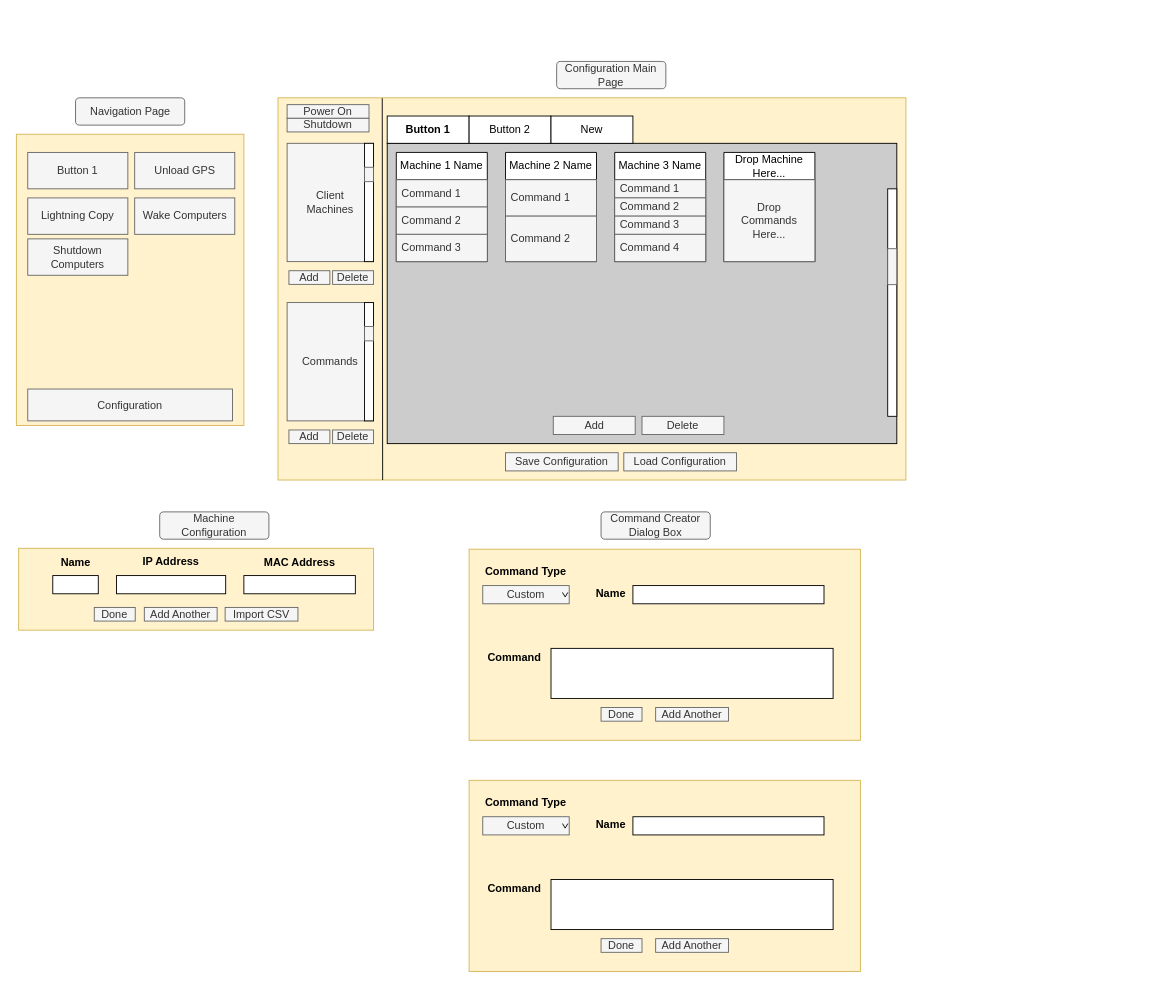
Before: page "Main" (1 of 3) of GUI_DesignMap.drawio in MansourMohamedAli/GPS_UserInterface, a draw.io diagram. Source tidied: cells renumbered, new cells numbered last; positions are measured from the earlier drawing's top-left corner, leaving out a move shared by most shapes. Both pictures are drawn from the tidied source at 91%, with x=0, y=0 at pixel (15, 61).
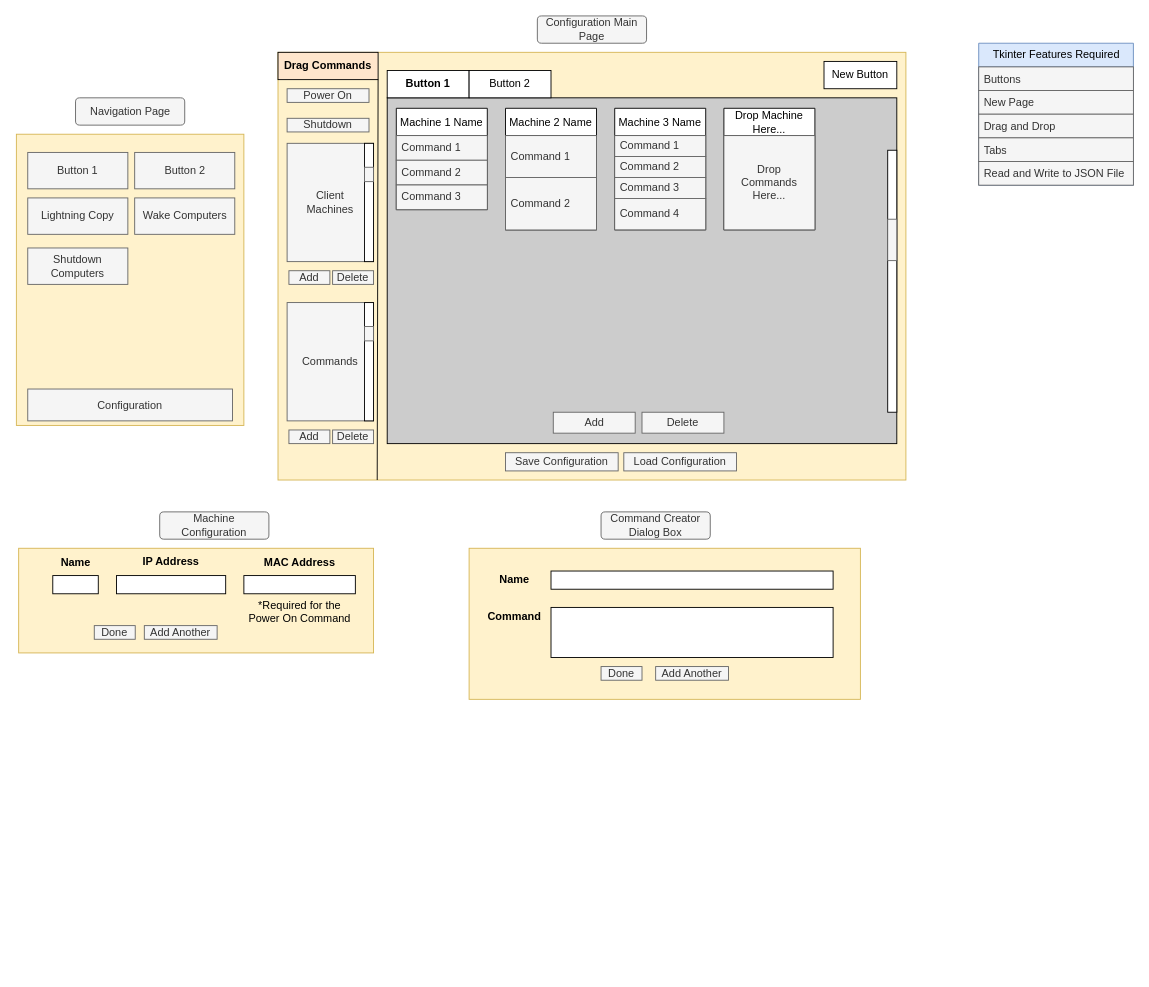
After the change.

Commit message:
Finished initial layout diagram of application.

The edit, as a diff of the source:
```diff
@@
     <mxCell id="2" style="rounded=0;whiteSpace=wrap;html=1;fillColor=#fff2cc;strokeColor=#d6b656;" parent="1" vertex="1">
-      <mxGeometry x="288" y="40" width="690" height="420" as="geometry" />
+      <mxGeometry x="288" y="-10" width="690" height="470" as="geometry" />
     </mxCell>
     <mxCell id="3" style="group;" parent="1" vertex="1">
-      <mxGeometry x="408" y="90" width="540" height="330" as="geometry" />
+      <mxGeometry x="408" y="40" width="540" height="380" as="geometry" />
     </mxCell>
     <mxCell id="4" style="rounded=0;whiteSpace=wrap;html=1;fillColor=#CCCCCC;" parent="3" vertex="1">
-      <mxGeometry width="560" height="330" as="geometry" />
+      <mxGeometry width="560" height="380" as="geometry" />
     </mxCell>
     <mxCell id="5" style="group;" parent="3" vertex="1">
-      <mxGeometry x="550" y="50" width="10" height="250" as="geometry" />
+      <mxGeometry x="550" y="57.6" width="10" height="287.9" as="geometry" />
     </mxCell>
     <mxCell id="6" style="rounded=0;whiteSpace=wrap;html=1;" parent="5" vertex="1">
-      <mxGeometry width="10" height="250" as="geometry" />
+      <mxGeometry width="10" height="287.9" as="geometry" />
     </mxCell>
     <mxCell id="7" style="rounded=0;whiteSpace=wrap;html=1;fillColor=#f5f5f5;fontColor=#333333;strokeColor=#666666;" parent="5" vertex="1">
-      <mxGeometry y="65.8" width="10" height="39.5" as="geometry" />
+      <mxGeometry y="75.8" width="10" height="45.5" as="geometry" />
     </mxCell>
     <mxCell id="8" value="Machine 2 Name" style="swimlane;fontStyle=0;horizontal=1;startSize=30;whiteSpace=wrap;html=1;" parent="3" vertex="1">
-      <mxGeometry x="130" y="10" width="100" height="120" as="geometry" />
+      <mxGeometry x="130" y="11.5" width="100" height="133.6" as="geometry" />
     </mxCell>
     <mxCell id="9" value="Command 1" style="text;strokeColor=#666666;fillColor=#f5f5f5;align=left;verticalAlign=middle;spacingLeft=4;spacingRight=4;overflow=hidden;whiteSpace=wrap;html=1;fontColor=#333333;" parent="8" vertex="1">
-      <mxGeometry y="30" width="100" height="40" as="geometry" />
+      <mxGeometry y="30" width="100" height="46.1" as="geometry" />
     </mxCell>
     <mxCell id="10" value="Command 2" style="text;strokeColor=#666666;fillColor=#f5f5f5;align=left;verticalAlign=middle;spacingLeft=4;spacingRight=4;overflow=hidden;whiteSpace=wrap;html=1;fontColor=#333333;" parent="8" vertex="1">
-      <mxGeometry y="70" width="100" height="50" as="geometry" />
+      <mxGeometry y="76.1" width="100" height="57.6" as="geometry" />
     </mxCell>
     <mxCell id="11" value="Machine 3 Name" style="swimlane;fontStyle=0;horizontal=1;startSize=30;whiteSpace=wrap;html=1;" parent="3" vertex="1">
-      <mxGeometry x="250" y="10" width="100" height="120" as="geometry" />
+      <mxGeometry x="250" y="11.5" width="100" height="133.6" as="geometry" />
     </mxCell>
     <mxCell id="12" value="Command 1" style="text;strokeColor=#666666;fillColor=#f5f5f5;align=left;verticalAlign=middle;spacingLeft=4;spacingRight=4;overflow=hidden;whiteSpace=wrap;html=1;fontColor=#333333;" parent="11" vertex="1">
-      <mxGeometry y="30" width="100" height="20" as="geometry" />
+      <mxGeometry y="30" width="100" height="23" as="geometry" />
     </mxCell>
     <mxCell id="13" value="Command 2" style="text;strokeColor=#666666;fillColor=#f5f5f5;align=left;verticalAlign=middle;spacingLeft=4;spacingRight=4;overflow=hidden;whiteSpace=wrap;html=1;fontColor=#333333;" parent="11" vertex="1">
-      <mxGeometry y="50" width="100" height="20" as="geometry" />
+      <mxGeometry y="53" width="100" height="23" as="geometry" />
     </mxCell>
     <mxCell id="14" value="Command 3" style="text;strokeColor=#666666;fillColor=#f5f5f5;align=left;verticalAlign=middle;spacingLeft=4;spacingRight=4;overflow=hidden;whiteSpace=wrap;html=1;fontColor=#333333;" parent="11" vertex="1">
-      <mxGeometry y="70" width="100" height="20" as="geometry" />
+      <mxGeometry y="76.1" width="100" height="23" as="geometry" />
     </mxCell>
     <mxCell id="15" value="Command 4" style="text;strokeColor=#666666;fillColor=#f5f5f5;align=left;verticalAlign=middle;spacingLeft=4;spacingRight=4;overflow=hidden;whiteSpace=wrap;html=1;fontColor=#333333;" parent="11" vertex="1">
-      <mxGeometry y="90" width="100" height="30" as="geometry" />
+      <mxGeometry y="99.1" width="100" height="34.5" as="geometry" />
     </mxCell>
     <mxCell id="16" value="Drop Machine Here..." style="swimlane;fontStyle=0;horizontal=1;startSize=30;whiteSpace=wrap;html=1;" parent="3" vertex="1">
-      <mxGeometry x="370" y="10" width="100" height="120" as="geometry" />
+      <mxGeometry x="370" y="11.5" width="100" height="133.6" as="geometry" />
     </mxCell>
     <mxCell id="17" value="Drop Commands Here..." style="text;strokeColor=#666666;fillColor=#f5f5f5;align=center;verticalAlign=middle;spacingLeft=4;spacingRight=4;overflow=hidden;whiteSpace=wrap;html=1;fontColor=#333333;" parent="16" vertex="1">
-      <mxGeometry y="30" width="100" height="90" as="geometry" />
+      <mxGeometry y="30" width="100" height="103.6" as="geometry" />
     </mxCell>
     <mxCell id="18" value="Add" style="rounded=0;whiteSpace=wrap;html=1;fillColor=#f5f5f5;fontColor=#333333;strokeColor=#666666;" parent="3" vertex="1">
-      <mxGeometry x="182.5" y="300" width="90" height="20" as="geometry" />
+      <mxGeometry x="182.5" y="345.5" width="90" height="23" as="geometry" />
     </mxCell>
     <mxCell id="19" value="Delete" style="rounded=0;whiteSpace=wrap;html=1;fillColor=#f5f5f5;fontColor=#333333;strokeColor=#666666;" parent="3" vertex="1">
-      <mxGeometry x="280" y="300" width="90" height="20" as="geometry" />
+      <mxGeometry x="280" y="345.5" width="90" height="23" as="geometry" />
     </mxCell>
+    <mxCell id="36" value="Machine 1 Name" style="swimlane;fontStyle=0;horizontal=1;startSize=30;whiteSpace=wrap;html=1;" parent="3" vertex="1">
+      <mxGeometry x="10" y="11.5" width="100" height="111.4" as="geometry" />
+    </mxCell>
+    <mxCell id="37" value="Command 1" style="text;strokeColor=#666666;fillColor=#f5f5f5;align=left;verticalAlign=middle;spacingLeft=4;spacingRight=4;overflow=hidden;whiteSpace=wrap;html=1;fontColor=#333333;" parent="36" vertex="1">
+      <mxGeometry y="30" width="100" height="27.1" as="geometry" />
+    </mxCell>
+    <mxCell id="38" value="Command 2" style="text;strokeColor=#666666;fillColor=#f5f5f5;align=left;verticalAlign=middle;spacingLeft=4;spacingRight=4;overflow=hidden;whiteSpace=wrap;html=1;fontColor=#333333;" parent="36" vertex="1">
+      <mxGeometry y="57.1" width="100" height="27.1" as="geometry" />
+    </mxCell>
+    <mxCell id="39" value="Command 3" style="text;strokeColor=#666666;fillColor=#f5f5f5;align=left;verticalAlign=middle;spacingLeft=4;spacingRight=4;overflow=hidden;whiteSpace=wrap;html=1;fontColor=#333333;" parent="36" vertex="1">
+      <mxGeometry y="84.3" width="100" height="27.1" as="geometry" />
+    </mxCell>
@@
-    <mxCell id="22" value="Unload GPS" style="rounded=0;whiteSpace=wrap;html=1;fillColor=#f5f5f5;fontColor=#333333;strokeColor=#666666;" parent="1" vertex="1">
+    <mxCell id="22" value="Button 2" style="rounded=0;whiteSpace=wrap;html=1;fillColor=#f5f5f5;fontColor=#333333;strokeColor=#666666;" parent="1" vertex="1">
       <mxGeometry x="130.5" y="100" width="110" height="40" as="geometry" />
     </mxCell>
@@
     <mxCell id="25" value="Shutdown Computers" style="rounded=0;whiteSpace=wrap;html=1;fillColor=#f5f5f5;fontColor=#333333;strokeColor=#666666;" parent="1" vertex="1">
-      <mxGeometry x="13" y="195" width="110" height="40" as="geometry" />
+      <mxGeometry x="13" y="205" width="110" height="40" as="geometry" />
     </mxCell>
@@
     <mxCell id="28" value="Configuration Main Page" style="rounded=1;whiteSpace=wrap;html=1;fillColor=#f5f5f5;strokeColor=#666666;fontColor=#333333;" parent="1" vertex="1">
-      <mxGeometry x="594.2" width="120" height="30" as="geometry" />
+      <mxGeometry x="573" y="-50" width="120" height="30" as="geometry" />
     </mxCell>
@@
-    <mxCell id="35" style="endArrow=none;html=1;rounded=0;entryX=0.166;entryY=0.001;entryDx=0;entryDy=0;entryPerimeter=0;" parent="1" edge="1" target="2">
-      <mxGeometry relative="1" as="geometry">
-        <mxPoint x="403" y="460" as="sourcePoint" />
-      </mxGeometry>
-    </mxCell>
-    <mxCell id="36" value="Machine 1 Name" style="swimlane;fontStyle=0;horizontal=1;startSize=30;whiteSpace=wrap;html=1;" parent="1" vertex="1">
-      <mxGeometry x="418" y="100" width="100" height="120" as="geometry" />
-    </mxCell>
-    <mxCell id="37" value="Command 1" style="text;strokeColor=#666666;fillColor=#f5f5f5;align=left;verticalAlign=middle;spacingLeft=4;spacingRight=4;overflow=hidden;whiteSpace=wrap;html=1;fontColor=#333333;" parent="36" vertex="1">
-      <mxGeometry y="30" width="100" height="30" as="geometry" />
-    </mxCell>
-    <mxCell id="38" value="Command 2" style="text;strokeColor=#666666;fillColor=#f5f5f5;align=left;verticalAlign=middle;spacingLeft=4;spacingRight=4;overflow=hidden;whiteSpace=wrap;html=1;fontColor=#333333;" parent="36" vertex="1">
-      <mxGeometry y="60" width="100" height="30" as="geometry" />
-    </mxCell>
-    <mxCell id="39" value="Command 3" style="text;strokeColor=#666666;fillColor=#f5f5f5;align=left;verticalAlign=middle;spacingLeft=4;spacingRight=4;overflow=hidden;whiteSpace=wrap;html=1;fontColor=#333333;" parent="36" vertex="1">
-      <mxGeometry y="90" width="100" height="30" as="geometry" />
-    </mxCell>
     <mxCell id="40" style="rounded=0;whiteSpace=wrap;html=1;fillColor=#fff2cc;strokeColor=#d6b656;" parent="1" vertex="1">
-      <mxGeometry x="3" y="535" width="390" height="90" as="geometry" />
+      <mxGeometry x="3" y="535" width="390" height="115" as="geometry" />
     </mxCell>
@@
     <mxCell id="49" style="rounded=0;whiteSpace=wrap;html=1;fillColor=#fff2cc;strokeColor=#d6b656;" parent="1" vertex="1">
-      <mxGeometry x="498" y="536" width="430" height="210" as="geometry" />
+      <mxGeometry x="498" y="535" width="430" height="166" as="geometry" />
     </mxCell>
     <mxCell id="50" value="Name" style="text;html=1;strokeColor=none;fillColor=none;align=center;verticalAlign=middle;whiteSpace=wrap;rounded=0;fontStyle=1;" parent="1" vertex="1">
-      <mxGeometry x="624.2" y="570" width="60" height="30" as="geometry" />
+      <mxGeometry x="518" y="555" width="60" height="30" as="geometry" />
     </mxCell>
     <mxCell id="51" style="rounded=0;whiteSpace=wrap;html=1;" parent="1" vertex="1">
-      <mxGeometry x="678" y="576" width="210" height="20" as="geometry" />
+      <mxGeometry x="588" y="560" width="310" height="20" as="geometry" />
     </mxCell>
     <mxCell id="52" value="Done" style="rounded=0;whiteSpace=wrap;html=1;fillColor=#f5f5f5;fontColor=#333333;strokeColor=#666666;" parent="1" vertex="1">
-      <mxGeometry x="86.1" y="600" width="45" height="15" as="geometry" />
+      <mxGeometry x="86.1" y="620" width="45" height="15" as="geometry" />
     </mxCell>
     <mxCell id="53" value="Add Another" style="rounded=0;whiteSpace=wrap;html=1;fillColor=#f5f5f5;fontColor=#333333;strokeColor=#666666;" parent="1" vertex="1">
-      <mxGeometry x="141.1" y="600" width="80" height="15" as="geometry" />
+      <mxGeometry x="141.1" y="620" width="80" height="15" as="geometry" />
     </mxCell>
     <mxCell id="54" value="Command" style="text;html=1;strokeColor=none;fillColor=none;align=center;verticalAlign=middle;whiteSpace=wrap;rounded=0;fontStyle=1;" parent="1" vertex="1">
-      <mxGeometry x="518" y="640" width="60" height="30" as="geometry" />
+      <mxGeometry x="518" y="595" width="60" height="30" as="geometry" />
     </mxCell>
     <mxCell id="55" style="rounded=0;whiteSpace=wrap;html=1;" parent="1" vertex="1">
-      <mxGeometry x="588" y="645" width="310" height="55" as="geometry" />
+      <mxGeometry x="588" y="600" width="310" height="55" as="geometry" />
     </mxCell>
     <mxCell id="56" value="Done" style="rounded=0;whiteSpace=wrap;html=1;fillColor=#f5f5f5;fontColor=#333333;strokeColor=#666666;" parent="1" vertex="1">
-      <mxGeometry x="643" y="710" width="45" height="15" as="geometry" />
+      <mxGeometry x="643" y="665" width="45" height="15" as="geometry" />
     </mxCell>
     <mxCell id="57" value="Add Another" style="rounded=0;whiteSpace=wrap;html=1;fillColor=#f5f5f5;fontColor=#333333;strokeColor=#666666;" parent="1" vertex="1">
-      <mxGeometry x="703" y="710" width="80" height="15" as="geometry" />
+      <mxGeometry x="703" y="665" width="80" height="15" as="geometry" />
     </mxCell>
     <mxCell id="58" value="Button 1" style="rounded=0;whiteSpace=wrap;html=1;fontStyle=1;" parent="1" vertex="1">
-      <mxGeometry x="408" y="60" width="90" height="30" as="geometry" />
+      <mxGeometry x="408" y="10" width="90" height="30" as="geometry" />
     </mxCell>
     <mxCell id="59" value="Button 2" style="rounded=0;whiteSpace=wrap;html=1;" parent="1" vertex="1">
-      <mxGeometry x="498" y="60" width="90" height="30" as="geometry" />
+      <mxGeometry x="498" y="10" width="90" height="30" as="geometry" />
     </mxCell>
-    <mxCell id="60" value="New" style="rounded=0;whiteSpace=wrap;html=1;" parent="1" vertex="1">
-      <mxGeometry x="588" y="60" width="90" height="30" as="geometry" />
+    <mxCell id="60" value="New Button" style="rounded=0;whiteSpace=wrap;html=1;" parent="1" vertex="1">
+      <mxGeometry x="888" width="80" height="30" as="geometry" />
     </mxCell>
@@
-    <mxCell id="69" style="group;" parent="1" vertex="1">
-      <mxGeometry x="513" y="576" width="95" height="20" as="geometry" />
-    </mxCell>
-    <mxCell id="70" value="Custom" style="rounded=0;whiteSpace=wrap;html=1;fillColor=#f5f5f5;fontColor=#333333;strokeColor=#666666;" parent="69" vertex="1">
-      <mxGeometry width="95" height="20" as="geometry" />
-    </mxCell>
-    <mxCell id="71" style="group;" parent="69" vertex="1">
-      <mxGeometry x="87.6" y="7.5" width="5.9" height="5" as="geometry" />
-    </mxCell>
-    <mxCell id="72" style="endArrow=none;html=1;rounded=0;" parent="71" edge="1">
-      <mxGeometry relative="1" as="geometry">
-        <mxPoint x="3" y="5" as="sourcePoint" />
-        <mxPoint x="5.9" as="targetPoint" />
-      </mxGeometry>
-    </mxCell>
-    <mxCell id="73" style="endArrow=none;html=1;rounded=0;" parent="71" edge="1">
-      <mxGeometry relative="1" as="geometry">
-        <mxPoint as="sourcePoint" />
-        <mxPoint x="3" y="5" as="targetPoint" />
-      </mxGeometry>
-    </mxCell>
-    <mxCell id="74" value="Command Type" style="text;html=1;strokeColor=none;fillColor=none;align=center;verticalAlign=middle;whiteSpace=wrap;rounded=0;fontStyle=1;" parent="1" vertex="1">
-      <mxGeometry x="508" y="546" width="105" height="30" as="geometry" />
-    </mxCell>
-    <mxCell id="75" style="rounded=0;whiteSpace=wrap;html=1;fillColor=#fff2cc;strokeColor=#d6b656;" parent="1" vertex="1">
-      <mxGeometry x="498" y="790" width="430" height="210" as="geometry" />
-    </mxCell>
-    <mxCell id="76" value="Name" style="text;html=1;strokeColor=none;fillColor=none;align=center;verticalAlign=middle;whiteSpace=wrap;rounded=0;fontStyle=1;" parent="1" vertex="1">
-      <mxGeometry x="624.2" y="824" width="60" height="30" as="geometry" />
-    </mxCell>
-    <mxCell id="77" style="rounded=0;whiteSpace=wrap;html=1;" parent="1" vertex="1">
-      <mxGeometry x="678" y="830" width="210" height="20" as="geometry" />
-    </mxCell>
-    <mxCell id="78" value="Command" style="text;html=1;strokeColor=none;fillColor=none;align=center;verticalAlign=middle;whiteSpace=wrap;rounded=0;fontStyle=1;" parent="1" vertex="1">
-      <mxGeometry x="518" y="894" width="60" height="30" as="geometry" />
-    </mxCell>
-    <mxCell id="79" style="rounded=0;whiteSpace=wrap;html=1;" parent="1" vertex="1">
-      <mxGeometry x="588" y="899" width="310" height="55" as="geometry" />
-    </mxCell>
-    <mxCell id="80" value="Done" style="rounded=0;whiteSpace=wrap;html=1;fillColor=#f5f5f5;fontColor=#333333;strokeColor=#666666;" parent="1" vertex="1">
-      <mxGeometry x="643" y="964" width="45" height="15" as="geometry" />
-    </mxCell>
-    <mxCell id="81" value="Add Another" style="rounded=0;whiteSpace=wrap;html=1;fillColor=#f5f5f5;fontColor=#333333;strokeColor=#666666;" parent="1" vertex="1">
-      <mxGeometry x="703" y="964" width="80" height="15" as="geometry" />
-    </mxCell>
-    <mxCell id="82" style="group;" parent="1" vertex="1">
-      <mxGeometry x="513" y="830" width="95" height="20" as="geometry" />
-    </mxCell>
-    <mxCell id="83" value="Custom" style="rounded=0;whiteSpace=wrap;html=1;fillColor=#f5f5f5;fontColor=#333333;strokeColor=#666666;" parent="82" vertex="1">
-      <mxGeometry width="95" height="20" as="geometry" />
-    </mxCell>
-    <mxCell id="84" style="group;" parent="82" vertex="1">
-      <mxGeometry x="87.6" y="7.5" width="5.9" height="5" as="geometry" />
-    </mxCell>
-    <mxCell id="85" style="endArrow=none;html=1;rounded=0;" parent="84" edge="1">
-      <mxGeometry relative="1" as="geometry">
-        <mxPoint x="3" y="5" as="sourcePoint" />
-        <mxPoint x="5.9" as="targetPoint" />
-      </mxGeometry>
-    </mxCell>
-    <mxCell id="86" style="endArrow=none;html=1;rounded=0;" parent="84" edge="1">
-      <mxGeometry relative="1" as="geometry">
-        <mxPoint as="sourcePoint" />
-        <mxPoint x="3" y="5" as="targetPoint" />
-      </mxGeometry>
-    </mxCell>
-    <mxCell id="87" value="Command Type" style="text;html=1;strokeColor=none;fillColor=none;align=center;verticalAlign=middle;whiteSpace=wrap;rounded=0;fontStyle=1;" parent="1" vertex="1">
-      <mxGeometry x="508" y="800" width="105" height="30" as="geometry" />
-    </mxCell>
     <mxCell id="88" value="Power On" style="rounded=0;whiteSpace=wrap;html=1;fillColor=#f5f5f5;fontColor=#333333;strokeColor=#666666;" parent="1" vertex="1">
-      <mxGeometry x="298" y="47.5" width="90" height="15" as="geometry" />
+      <mxGeometry x="298" y="30" width="90" height="15" as="geometry" />
     </mxCell>
@@
-    <mxCell id="90" value="Import CSV" style="rounded=0;whiteSpace=wrap;html=1;fillColor=#f5f5f5;fontColor=#333333;strokeColor=#666666;" parent="1" vertex="1">
-      <mxGeometry x="229.9" y="600" width="80" height="15" as="geometry" />
-    </mxCell>
+    <mxCell id="91" value="Drag Commands" style="rounded=0;whiteSpace=wrap;html=1;fillColor=#ffe6cc;strokeColor=#000000;fontStyle=1;perimeterSpacing=1;" parent="1" vertex="1">
+      <mxGeometry x="288" y="-10" width="110" height="30" as="geometry" />
+    </mxCell>
+    <mxCell id="35" style="endArrow=none;html=1;rounded=0;strokeWidth=1;exitX=0.158;exitY=1;exitDx=0;exitDy=0;exitPerimeter=0;" parent="1" edge="1" source="2">
+      <mxGeometry relative="1" as="geometry">
+        <mxPoint x="398" y="20" as="targetPoint" />
+      </mxGeometry>
+    </mxCell>
+    <mxCell id="92" value="*Required for the Power On Command" style="text;html=1;strokeColor=none;fillColor=none;align=center;verticalAlign=middle;whiteSpace=wrap;rounded=0;" parent="1" vertex="1">
+      <mxGeometry x="248" y="590" width="127.5" height="30" as="geometry" />
+    </mxCell>
+    <mxCell id="93" value="Tkinter Features Required" style="swimlane;fontStyle=0;horizontal=1;startSize=26;fillColor=#dae8fc;html=1;strokeColor=#6c8ebf;" parent="1" vertex="1">
+      <mxGeometry x="1058" y="-20" width="170" height="156" as="geometry" />
+    </mxCell>
+    <mxCell id="94" value="Buttons" style="text;strokeColor=#666666;fillColor=#f5f5f5;align=left;verticalAlign=top;spacingLeft=4;spacingRight=4;overflow=hidden;whiteSpace=wrap;html=1;perimeterSpacing=0;fontColor=#333333;" parent="93" vertex="1">
+      <mxGeometry y="26" width="170" height="26" as="geometry" />
+    </mxCell>
+    <mxCell id="95" value="New Page" style="text;strokeColor=#666666;fillColor=#f5f5f5;align=left;verticalAlign=top;spacingLeft=4;spacingRight=4;overflow=hidden;whiteSpace=wrap;html=1;fontColor=#333333;" parent="93" vertex="1">
+      <mxGeometry y="52" width="170" height="26" as="geometry" />
+    </mxCell>
+    <mxCell id="96" value="Drag and Drop" style="text;strokeColor=#666666;fillColor=#f5f5f5;align=left;verticalAlign=top;spacingLeft=4;spacingRight=4;overflow=hidden;whiteSpace=wrap;html=1;fontColor=#333333;" parent="93" vertex="1">
+      <mxGeometry y="78" width="170" height="26" as="geometry" />
+    </mxCell>
+    <mxCell id="97" value="Tabs" style="text;strokeColor=#666666;fillColor=#f5f5f5;align=left;verticalAlign=top;spacingLeft=4;spacingRight=4;overflow=hidden;whiteSpace=wrap;html=1;fontColor=#333333;" parent="93" vertex="1">
+      <mxGeometry y="104" width="170" height="26" as="geometry" />
+    </mxCell>
+    <mxCell id="98" value="Read and Write to JSON File" style="text;strokeColor=#666666;fillColor=#f5f5f5;align=left;verticalAlign=top;spacingLeft=4;spacingRight=4;overflow=hidden;whiteSpace=wrap;html=1;fontColor=#333333;" parent="93" vertex="1">
+      <mxGeometry y="130" width="170" height="26" as="geometry" />
+    </mxCell>
```
